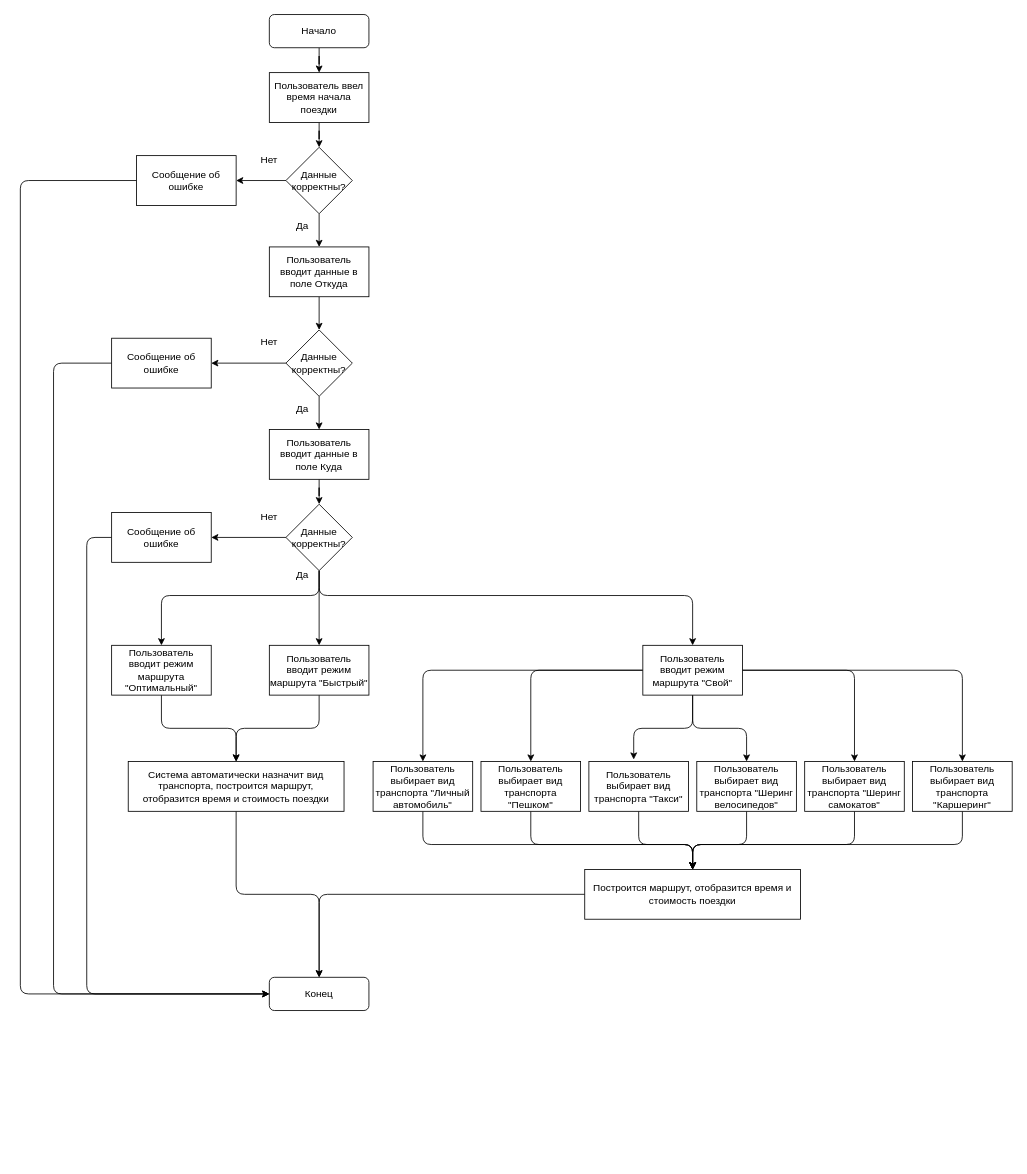
This is ЯндексМаршруты блок-схема.drawio from ru1svasin/ru1svasin, a draw.io file, before an edit. Source tidied: cells renumbered, new cells numbered last; positions are measured from the earlier drawing's top-left corner, leaving out a move shared by most shapes. Both pictures are drawn from the tidied source at 83%, with x=0, y=0 at pixel (20, 14).
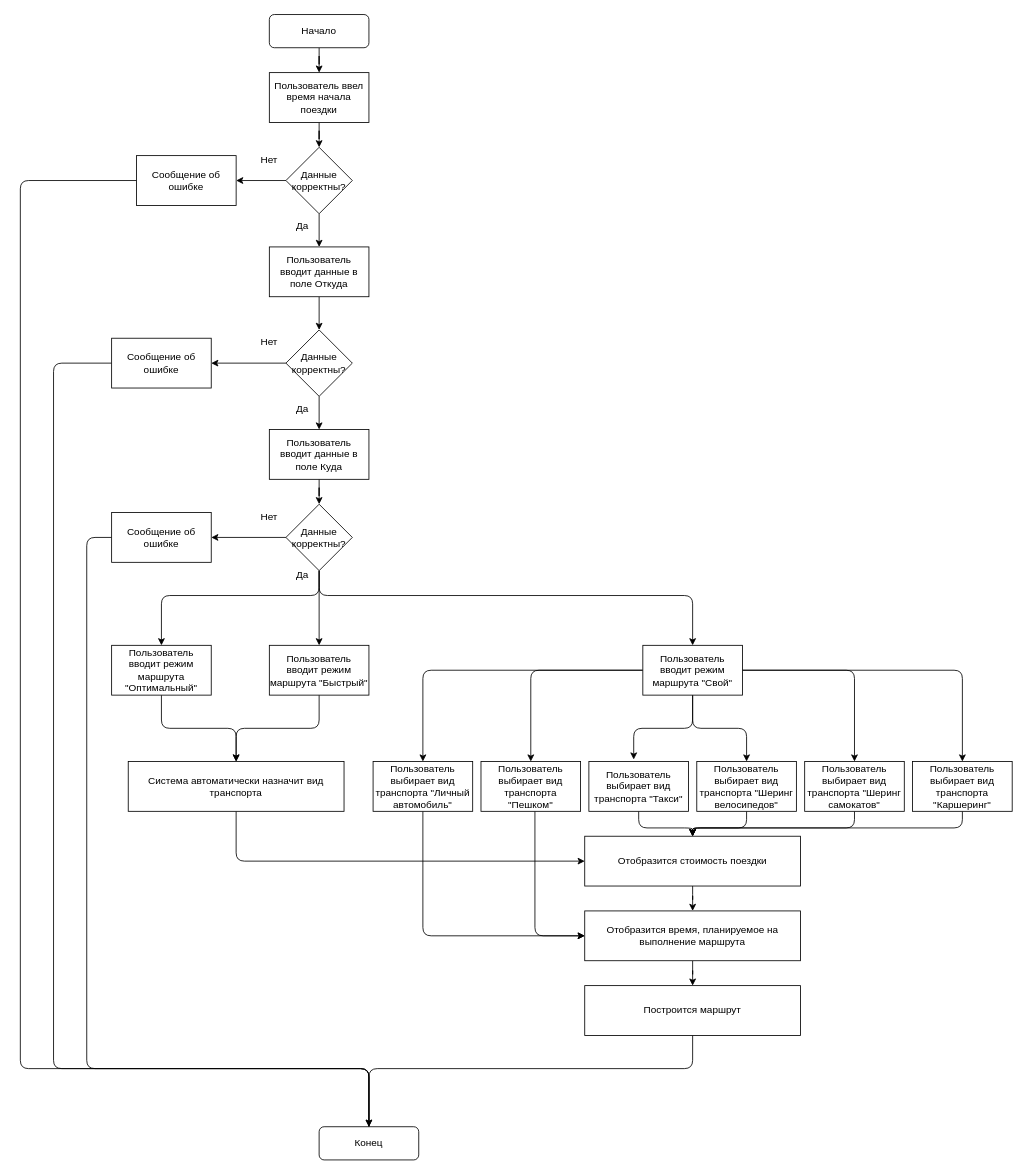
The same diagram, later.

Unchanged cells that the change refers to:
```xml
<mxCell id="8" value="Сообщение об ошибке" style="whiteSpace=wrap;html=1;rounded=0;glass=0;strokeWidth=1;shadow=0;" parent="1" vertex="1">
  <mxGeometry x="140" y="170" width="120" height="60" as="geometry" />
</mxCell>
<mxCell id="19" value="Сообщение об ошибке" style="whiteSpace=wrap;html=1;rounded=0;glass=0;strokeWidth=1;shadow=0;" parent="1" vertex="1">
  <mxGeometry x="110" y="390" width="120" height="60" as="geometry" />
</mxCell>
<mxCell id="30" value="Сообщение об ошибке" style="whiteSpace=wrap;html=1;rounded=0;glass=0;strokeWidth=1;shadow=0;" parent="1" vertex="1">
  <mxGeometry x="110" y="600" width="120" height="60" as="geometry" />
</mxCell>
<mxCell id="47" value="Пользователь выбирает вид транспорта &quot;Личный автомобиль&quot;" style="whiteSpace=wrap;html=1;rounded=0;glass=0;strokeWidth=1;shadow=0;" parent="1" vertex="1">
  <mxGeometry x="425" y="900" width="120" height="60" as="geometry" />
</mxCell>
<mxCell id="49" value="Пользователь выбирает вид транспорта &quot;Пешком&quot;" style="whiteSpace=wrap;html=1;rounded=0;glass=0;strokeWidth=1;shadow=0;" parent="1" vertex="1">
  <mxGeometry x="555" y="900" width="120" height="60" as="geometry" />
</mxCell>
<mxCell id="51" value="Пользователь выбирает вид транспорта &quot;Такси&quot;" style="whiteSpace=wrap;html=1;rounded=0;glass=0;strokeWidth=1;shadow=0;" parent="1" vertex="1">
  <mxGeometry x="685" y="900" width="120" height="60" as="geometry" />
</mxCell>
<mxCell id="53" value="Пользователь выбирает вид транспорта &quot;Шеринг велосипедов&quot;" style="whiteSpace=wrap;html=1;rounded=0;glass=0;strokeWidth=1;shadow=0;" parent="1" vertex="1">
  <mxGeometry x="815" y="900" width="120" height="60" as="geometry" />
</mxCell>
<mxCell id="55" value="Пользователь выбирает вид транспорта &quot;Шеринг самокатов&quot;" style="whiteSpace=wrap;html=1;rounded=0;glass=0;strokeWidth=1;shadow=0;" parent="1" vertex="1">
  <mxGeometry x="945" y="900" width="120" height="60" as="geometry" />
</mxCell>
<mxCell id="57" value="Пользователь выбирает вид транспорта &quot;Каршеринг&quot;" style="whiteSpace=wrap;html=1;rounded=0;glass=0;strokeWidth=1;shadow=0;" parent="1" vertex="1">
  <mxGeometry x="1075" y="900" width="120" height="60" as="geometry" />
</mxCell>
```

Change to the diagram source:
```diff
@@
     <mxCell id="7" style="edgeStyle=orthogonalEdgeStyle;rounded=1;jettySize=auto;html=1;entryX=0;entryY=0.5;entryDx=0;entryDy=0;" parent="1" edge="1" source="8" target="45">
       <mxGeometry relative="1" as="geometry">
         <Array as="points">
           <mxPoint y="200" />
-          <mxPoint y="1180" />
+          <mxPoint y="1270" />
+          <mxPoint x="420" y="1270" />
+          <mxPoint x="420" y="1360" />
         </Array>
       </mxGeometry>
     </mxCell>
@@
     <mxCell id="18" style="edgeStyle=orthogonalEdgeStyle;rounded=1;jettySize=auto;html=1;entryX=0;entryY=0.5;entryDx=0;entryDy=0;" parent="1" edge="1" source="19" target="45">
       <mxGeometry relative="1" as="geometry">
         <Array as="points">
           <mxPoint x="40" y="420" />
-          <mxPoint x="40" y="1180" />
+          <mxPoint x="40" y="1270" />
+          <mxPoint x="420" y="1270" />
+          <mxPoint x="420" y="1360" />
         </Array>
       </mxGeometry>
     </mxCell>
@@
-    <mxCell id="29" style="edgeStyle=orthogonalEdgeStyle;rounded=1;jettySize=auto;html=1;entryX=0;entryY=0.5;entryDx=0;entryDy=0;" parent="1" edge="1" source="30" target="45">
+    <mxCell id="29" style="edgeStyle=orthogonalEdgeStyle;rounded=1;jettySize=auto;html=1;entryX=0.5;entryY=0;entryDx=0;entryDy=0;" parent="1" edge="1" source="30" target="45">
       <mxGeometry relative="1" as="geometry">
         <Array as="points">
           <mxPoint x="80" y="630" />
-          <mxPoint x="80" y="1180" />
+          <mxPoint x="80" y="1270" />
+          <mxPoint x="420" y="1270" />
         </Array>
       </mxGeometry>
     </mxCell>
@@
-    <mxCell id="43" style="edgeStyle=orthogonalEdgeStyle;rounded=1;jettySize=auto;html=1;entryX=0.5;entryY=0;entryDx=0;entryDy=0;" parent="1" edge="1" source="44" target="45">
-      <mxGeometry relative="1" as="geometry" />
-    </mxCell>
+    <mxCell id="61" style="edgeStyle=orthogonalEdgeStyle;rounded=1;jettySize=auto;html=1;entryX=0;entryY=0.5;entryDx=0;entryDy=0;" parent="1" edge="1" source="44" target="71">
+      <mxGeometry relative="1" as="geometry">
+        <Array as="points">
+          <mxPoint x="260" y="1020" />
+        </Array>
+      </mxGeometry>
+    </mxCell>
-    <mxCell id="44" value="Система автоматически назначит вид транспорта, построится маршрут, отобразится время и стоимость поездки" style="whiteSpace=wrap;html=1;rounded=0;glass=0;strokeWidth=1;shadow=0;" parent="1" vertex="1">
+    <mxCell id="44" value="Система автоматически назначит вид транспорта" style="whiteSpace=wrap;html=1;rounded=0;glass=0;strokeWidth=1;shadow=0;" parent="1" vertex="1">
       <mxGeometry x="130" y="900" width="260" height="60" as="geometry" />
     </mxCell>
     <mxCell id="45" value="Конец" style="rounded=1;whiteSpace=wrap;html=1;fontSize=12;glass=0;strokeWidth=1;shadow=0;" parent="1" vertex="1">
-      <mxGeometry x="300" y="1160" width="120" height="40" as="geometry" />
+      <mxGeometry x="360" y="1340" width="120" height="40" as="geometry" />
     </mxCell>
-    <mxCell id="46" style="edgeStyle=orthogonalEdgeStyle;rounded=1;jettySize=auto;html=1;" parent="1" edge="1" source="47" target="59">
-      <mxGeometry relative="1" as="geometry">
-        <Array as="points">
-          <mxPoint x="485" y="1000" />
-          <mxPoint x="810" y="1000" />
-        </Array>
-      </mxGeometry>
-    </mxCell>
+    <mxCell id="62" style="edgeStyle=orthogonalEdgeStyle;rounded=1;jettySize=auto;html=1;entryX=0;entryY=0.5;entryDx=0;entryDy=0;" parent="1" edge="1" source="47" target="69">
+      <mxGeometry relative="1" as="geometry">
+        <Array as="points">
+          <mxPoint x="485" y="1110" />
+        </Array>
+      </mxGeometry>
+    </mxCell>
@@
-    <mxCell id="48" style="edgeStyle=orthogonalEdgeStyle;rounded=1;jettySize=auto;html=1;entryX=0.5;entryY=0;entryDx=0;entryDy=0;" parent="1" edge="1" source="49" target="59">
-      <mxGeometry relative="1" as="geometry">
-        <Array as="points">
-          <mxPoint x="615" y="1000" />
-          <mxPoint x="810" y="1000" />
-        </Array>
-      </mxGeometry>
-    </mxCell>
+    <mxCell id="63" style="edgeStyle=orthogonalEdgeStyle;rounded=1;jettySize=auto;html=1;entryX=0;entryY=0.5;entryDx=0;entryDy=0;" parent="1" edge="1" source="49" target="69">
+      <mxGeometry relative="1" as="geometry">
+        <Array as="points">
+          <mxPoint x="620" y="1110" />
+        </Array>
+      </mxGeometry>
+    </mxCell>
@@
-    <mxCell id="50" style="edgeStyle=orthogonalEdgeStyle;rounded=1;jettySize=auto;html=1;entryX=0.5;entryY=0;entryDx=0;entryDy=0;" parent="1" edge="1" source="51" target="59">
-      <mxGeometry relative="1" as="geometry">
-        <Array as="points">
-          <mxPoint x="745" y="1000" />
-          <mxPoint x="810" y="1000" />
-        </Array>
-      </mxGeometry>
-    </mxCell>
+    <mxCell id="64" style="edgeStyle=orthogonalEdgeStyle;rounded=1;jettySize=auto;html=1;" parent="1" edge="1" source="51" target="71">
+      <mxGeometry relative="1" as="geometry" />
+    </mxCell>
@@
-    <mxCell id="52" style="edgeStyle=orthogonalEdgeStyle;rounded=1;jettySize=auto;html=1;entryX=0.5;entryY=0;entryDx=0;entryDy=0;" parent="1" edge="1" source="53" target="59">
-      <mxGeometry relative="1" as="geometry">
-        <Array as="points">
-          <mxPoint x="875" y="1000" />
-          <mxPoint x="810" y="1000" />
-        </Array>
-      </mxGeometry>
-    </mxCell>
+    <mxCell id="65" style="edgeStyle=orthogonalEdgeStyle;rounded=1;jettySize=auto;html=1;entryX=0.5;entryY=0;entryDx=0;entryDy=0;" parent="1" edge="1" source="53" target="71">
+      <mxGeometry relative="1" as="geometry" />
+    </mxCell>
@@
-    <mxCell id="54" style="edgeStyle=orthogonalEdgeStyle;rounded=1;jettySize=auto;html=1;entryX=0.5;entryY=0;entryDx=0;entryDy=0;" parent="1" edge="1" source="55" target="59">
-      <mxGeometry relative="1" as="geometry">
-        <Array as="points">
-          <mxPoint x="1005" y="1000" />
-          <mxPoint x="810" y="1000" />
-        </Array>
-      </mxGeometry>
-    </mxCell>
+    <mxCell id="66" style="edgeStyle=orthogonalEdgeStyle;rounded=1;jettySize=auto;html=1;entryX=0.5;entryY=0;entryDx=0;entryDy=0;" parent="1" edge="1" source="55" target="71">
+      <mxGeometry relative="1" as="geometry">
+        <Array as="points">
+          <mxPoint x="1005" y="980" />
+          <mxPoint x="810" y="980" />
+        </Array>
+      </mxGeometry>
+    </mxCell>
@@
-    <mxCell id="56" style="edgeStyle=orthogonalEdgeStyle;rounded=1;jettySize=auto;html=1;entryX=0.5;entryY=0;entryDx=0;entryDy=0;" parent="1" edge="1" source="57" target="59">
-      <mxGeometry relative="1" as="geometry">
-        <Array as="points">
-          <mxPoint x="1135" y="1000" />
-          <mxPoint x="810" y="1000" />
-        </Array>
-      </mxGeometry>
-    </mxCell>
+    <mxCell id="67" style="edgeStyle=orthogonalEdgeStyle;rounded=1;jettySize=auto;html=1;entryX=0.5;entryY=0;entryDx=0;entryDy=0;" parent="1" edge="1" source="57" target="71">
+      <mxGeometry relative="1" as="geometry">
+        <Array as="points">
+          <mxPoint x="1135" y="980" />
+          <mxPoint x="810" y="980" />
+        </Array>
+      </mxGeometry>
+    </mxCell>
@@
     <mxCell id="58" style="edgeStyle=orthogonalEdgeStyle;rounded=1;jettySize=auto;html=1;entryX=0.5;entryY=0;entryDx=0;entryDy=0;" parent="1" edge="1" source="59" target="45">
-      <mxGeometry relative="1" as="geometry" />
+      <mxGeometry relative="1" as="geometry">
+        <Array as="points">
+          <mxPoint x="810" y="1270" />
+          <mxPoint x="420" y="1270" />
+        </Array>
+      </mxGeometry>
     </mxCell>
-    <mxCell id="59" value="Построится маршрут, отобразится время и стоимость поездки" style="whiteSpace=wrap;html=1;rounded=0;glass=0;strokeWidth=1;shadow=0;" parent="1" vertex="1">
-      <mxGeometry x="680" y="1030" width="260" height="60" as="geometry" />
+    <mxCell id="59" value="Построится маршрут" style="whiteSpace=wrap;html=1;rounded=0;glass=0;strokeWidth=1;shadow=0;" parent="1" vertex="1">
+      <mxGeometry x="680" y="1170" width="260" height="60" as="geometry" />
     </mxCell>
@@
+    <mxCell id="68" style="edgeStyle=orthogonalEdgeStyle;rounded=1;jettySize=auto;html=1;" parent="1" edge="1" source="69" target="59">
+      <mxGeometry relative="1" as="geometry" />
+    </mxCell>
+    <mxCell id="69" value="Отобразится время, планируемое на выполнение маршрута" style="whiteSpace=wrap;html=1;rounded=0;glass=0;strokeWidth=1;shadow=0;" parent="1" vertex="1">
+      <mxGeometry x="680" y="1080" width="260" height="60" as="geometry" />
+    </mxCell>
+    <mxCell id="70" style="edgeStyle=orthogonalEdgeStyle;rounded=1;jettySize=auto;html=1;entryX=0.5;entryY=0;entryDx=0;entryDy=0;" parent="1" edge="1" source="71" target="69">
+      <mxGeometry relative="1" as="geometry" />
+    </mxCell>
+    <mxCell id="71" value="Отобразится стоимость поездки" style="whiteSpace=wrap;html=1;rounded=0;glass=0;strokeWidth=1;shadow=0;" parent="1" vertex="1">
+      <mxGeometry x="680" y="990" width="260" height="60" as="geometry" />
+    </mxCell>
```
